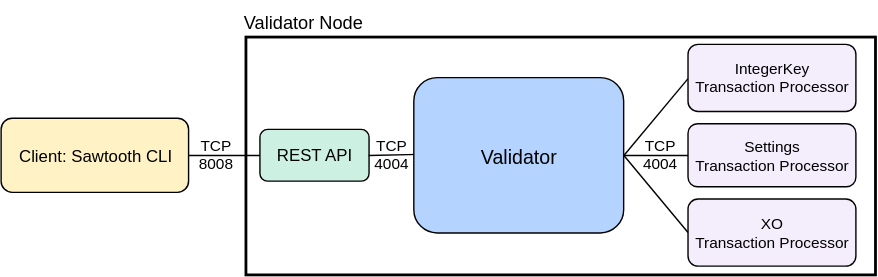
Before: docs/source/images/appdev-environment-one-node-3TPs.svg, a diagram exported from draw.io (hyperledger-archives/sawtooth-core). Source tidied: cells renumbered, new cells last; positions are measured from the earlier drawing's top-left corner, leaving out a move shared by most shapes.
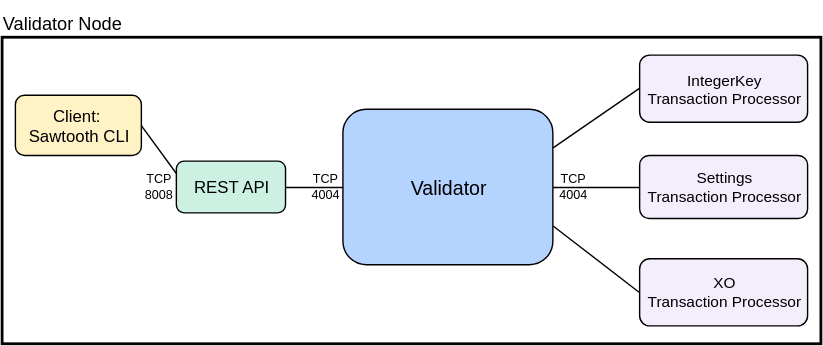
The same file after the commit.

Commit message:
Correct AppDev guide single-node pic for Docker, AWS, & Ubuntu

Change diagram to show that the client (aka Sawtooth commands)
is on the validator node

Also move the TCP port labels towards the component that is listening

Change to the diagram source:
```diff
@@ -3,25 +3,19 @@
     <mxCell id="0" />
     <mxCell id="1" parent="0" />
     <mxCell id="2" style="rounded=0;whiteSpace=wrap;html=1;fillColor=none;fontSize=12;strokeWidth=2;" parent="1" vertex="1">
-      <mxGeometry x="175" y="26" width="450" height="170" as="geometry" />
+      <mxGeometry x="30" y="66" width="585" height="219" as="geometry" />
     </mxCell>
     <mxCell id="3" value="&lt;div style=&quot;text-align: left ; font-size: 13px&quot;&gt;&lt;span&gt;Validator Node&lt;/span&gt;&lt;/div&gt;" style="text;html=1;strokeColor=none;fillColor=none;align=left;verticalAlign=middle;whiteSpace=wrap;rounded=0;fontSize=12;" parent="1" vertex="1">
-      <mxGeometry x="171.9" width="142.3" height="30.7" as="geometry" />
+      <mxGeometry x="29" y="40" width="142.3" height="30.7" as="geometry" />
     </mxCell>
-    <mxCell id="4" value="&lt;font style=&quot;font-size: 12px&quot;&gt;Client:&amp;nbsp;&lt;/font&gt;Sawtooth CLI" style="rounded=1;whiteSpace=wrap;html=1;strokeColor=#000000;strokeWidth=1;fillColor=#FFF2C5;fontSize=12;" parent="1" vertex="1">
-      <mxGeometry y="84" width="134" height="53" as="geometry" />
+    <mxCell id="4" value="&lt;font style=&quot;font-size: 12px&quot;&gt;Client:&amp;nbsp;&lt;br&gt;&lt;/font&gt;Sawtooth CLI" style="rounded=1;whiteSpace=wrap;html=1;strokeColor=#000000;strokeWidth=1;fillColor=#FFF2C5;fontSize=12;" parent="1" vertex="1">
+      <mxGeometry x="39.5" y="107.5" width="90" height="43" as="geometry" />
     </mxCell>
-    <mxCell id="5" style="endArrow=none;html=1;strokeColor=#000000;strokeWidth=1;fontSize=12;entryX=0;entryY=0.5;exitX=1;exitY=0.5;" parent="1" edge="1" source="4" target="6">
+    <mxCell id="5" style="endArrow=none;html=1;strokeColor=#000000;strokeWidth=1;fontSize=12;entryX=0;entryY=0.25;exitX=1;exitY=0.5;" parent="1" edge="1" source="4" target="6">
       <mxGeometry relative="1" as="geometry" />
     </mxCell>
-    <mxCell id="6" value="&lt;font style=&quot;font-size: 12px&quot;&gt;REST API&lt;/font&gt;" style="rounded=1;whiteSpace=wrap;html=1;strokeWidth=1;fillColor=#CCF0E2;fontSize=12;strokeColor=#000000;" parent="1" vertex="1">
-      <mxGeometry x="185" y="92" width="78" height="37" as="geometry" />
-    </mxCell>
-    <mxCell id="7" style="endArrow=none;html=1;strokeColor=#000000;strokeWidth=1;fontSize=12;exitX=1;exitY=0.5;entryX=1;entryY=0.5;" parent="1" edge="1" source="20" target="6">
-      <mxGeometry relative="1" as="geometry" />
-    </mxCell>
     <mxCell id="8" style="group;" parent="1" vertex="1">
-      <mxGeometry x="295" y="55" width="150" height="111" as="geometry" />
+      <mxGeometry x="273.5" y="117.5" width="150" height="111" as="geometry" />
     </mxCell>
     <mxCell id="9" style="rounded=1;whiteSpace=wrap;html=1;strokeWidth=1;fillColor=#B5D3FF;fontSize=12;strokeColor=#000000;" parent="8" vertex="1">
       <mxGeometry width="150" height="111" as="geometry" />
@@ -32,32 +26,38 @@
     <mxCell id="11" style="edgeStyle=orthogonalEdgeStyle;curved=1;jumpSize=3;html=1;exitX=0.25;exitY=0;entryX=0.25;entryY=0;jettySize=auto;orthogonalLoop=1;strokeColor=#000000;strokeWidth=1;fontSize=11;" parent="8" edge="1" source="9" target="9">
       <mxGeometry relative="1" as="geometry" />
     </mxCell>
-    <mxCell id="12" style="endArrow=none;html=1;strokeColor=#000000;strokeWidth=1;fontSize=12;entryX=0;entryY=0.5;exitX=1;exitY=0.5;" parent="1" edge="1" source="9" target="17">
+    <mxCell id="12" style="endArrow=none;html=1;strokeColor=#000000;strokeWidth=1;fontSize=12;entryX=0;entryY=0.5;exitX=1;exitY=0.25;" parent="1" edge="1" source="9" target="17">
       <mxGeometry relative="1" as="geometry" />
     </mxCell>
     <mxCell id="13" style="endArrow=none;html=1;strokeColor=#000000;strokeWidth=1;fontSize=12;entryX=0;entryY=0.5;exitX=1;exitY=0.5;" parent="1" edge="1" source="9" target="18">
       <mxGeometry relative="1" as="geometry" />
     </mxCell>
-    <mxCell id="14" style="endArrow=none;html=1;strokeColor=#000000;strokeWidth=1;fontSize=11;entryX=0;entryY=0.5;exitX=1;exitY=0.5;" parent="1" edge="1" source="9" target="19">
+    <mxCell id="14" style="endArrow=none;html=1;strokeColor=#000000;strokeWidth=1;fontSize=11;entryX=0;entryY=0.5;exitX=1;exitY=0.75;" parent="1" edge="1" source="9" target="19">
       <mxGeometry relative="1" as="geometry" />
     </mxCell>
-    <mxCell id="15" value="TCP 8008" style="text;html=1;strokeColor=none;fillColor=none;align=center;verticalAlign=middle;whiteSpace=wrap;rounded=0;dashed=1;fontSize=11;" parent="1" vertex="1">
-      <mxGeometry x="134" y="100.5" width="40" height="20" as="geometry" />
-    </mxCell>
-    <mxCell id="16" value="TCP&lt;div&gt;4004&lt;/div&gt;" style="text;html=1;strokeColor=none;fillColor=none;align=center;verticalAlign=middle;whiteSpace=wrap;rounded=0;dashed=1;fontSize=11;rotation=0;" parent="1" vertex="1">
-      <mxGeometry x="451" y="100" width="40" height="20" as="geometry" />
+    <mxCell id="16" value="&lt;font style=&quot;font-size: 9px;&quot;&gt;TCP&lt;/font&gt;&lt;div style=&quot;font-size: 9px;&quot;&gt;&lt;font style=&quot;font-size: 9px;&quot;&gt;4004&lt;/font&gt;&lt;/div&gt;" style="text;html=1;strokeColor=none;fillColor=none;align=center;verticalAlign=middle;whiteSpace=wrap;rounded=0;dashed=1;fontSize=9;rotation=0;" parent="1" vertex="1">
+      <mxGeometry x="417.5" y="162" width="40" height="20" as="geometry" />
     </mxCell>
     <mxCell id="17" value="&lt;div style=&quot;font-size: 11px&quot;&gt;&lt;font style=&quot;font-size: 11px&quot;&gt;IntegerKey&lt;/font&gt;&lt;/div&gt;&lt;div style=&quot;font-size: 11px&quot;&gt;&lt;font style=&quot;font-size: 11px&quot;&gt;Transaction&amp;nbsp;&lt;/font&gt;Processor&lt;/div&gt;" style="rounded=1;whiteSpace=wrap;html=1;strokeWidth=1;fillColor=#F4EDFC;fontSize=12;strokeColor=#000000;" parent="1" vertex="1">
-      <mxGeometry x="491" y="31.3" width="120" height="48" as="geometry" />
+      <mxGeometry x="485.5" y="78.8" width="120" height="48" as="geometry" />
     </mxCell>
     <mxCell id="18" value="&lt;div style=&quot;font-size: 11px&quot;&gt;&lt;font style=&quot;font-size: 11px&quot;&gt;Settings&lt;/font&gt;&lt;/div&gt;&lt;div style=&quot;font-size: 11px&quot;&gt;&lt;font style=&quot;font-size: 11px&quot;&gt;Transaction&amp;nbsp;&lt;/font&gt;Processor&lt;/div&gt;" style="rounded=1;whiteSpace=wrap;html=1;strokeWidth=1;fillColor=#F4EDFC;fontSize=12;strokeColor=#000000;" parent="1" vertex="1">
-      <mxGeometry x="491" y="88" width="120" height="45" as="geometry" />
+      <mxGeometry x="485.5" y="150.5" width="120" height="45" as="geometry" />
     </mxCell>
     <mxCell id="19" value="&lt;div style=&quot;font-size: 11px&quot;&gt;&lt;font style=&quot;font-size: 11px&quot;&gt;XO&lt;/font&gt;&lt;/div&gt;&lt;div style=&quot;font-size: 11px&quot;&gt;&lt;font style=&quot;font-size: 11px&quot;&gt;Transaction&amp;nbsp;&lt;/font&gt;Processor&lt;/div&gt;" style="rounded=1;whiteSpace=wrap;html=1;strokeWidth=1;fillColor=#F4EDFC;fontSize=12;strokeColor=#000000;" parent="1" vertex="1">
-      <mxGeometry x="491" y="141.7" width="120" height="48" as="geometry" />
+      <mxGeometry x="485.5" y="224.2" width="120" height="48" as="geometry" />
     </mxCell>
-    <mxCell id="20" value="TCP&lt;div&gt;4004&lt;/div&gt;" style="text;html=1;strokeColor=none;fillColor=none;align=center;verticalAlign=middle;whiteSpace=wrap;rounded=0;dashed=1;fontSize=11;rotation=0;" parent="1" vertex="1">
-      <mxGeometry x="259" y="100" width="40" height="20" as="geometry" />
+    <mxCell id="20" value="&lt;font style=&quot;font-size: 9px;&quot;&gt;TCP&lt;/font&gt;&lt;div style=&quot;font-size: 9px;&quot;&gt;&lt;font style=&quot;font-size: 9px;&quot;&gt;4004&lt;/font&gt;&lt;/div&gt;" style="text;html=1;strokeColor=none;fillColor=none;align=center;verticalAlign=middle;whiteSpace=wrap;rounded=0;dashed=1;fontSize=9;rotation=0;" parent="1" vertex="1">
+      <mxGeometry x="240.5" y="162" width="40" height="20" as="geometry" />
     </mxCell>
+    <mxCell id="15" value="&lt;font style=&quot;font-size: 9px&quot;&gt;TCP&lt;/font&gt;&lt;div style=&quot;font-size: 9px&quot;&gt;&lt;font style=&quot;font-size: 9px&quot;&gt;8008&lt;/font&gt;&lt;/div&gt;" style="text;html=1;strokeColor=none;fillColor=none;align=center;verticalAlign=middle;whiteSpace=wrap;rounded=0;dashed=1;fontSize=9;rotation=0;" parent="1" vertex="1">
+      <mxGeometry x="121.5" y="162" width="40" height="20" as="geometry" />
+    </mxCell>
+    <mxCell id="21" style="endArrow=none;html=1;fontSize=9;fontColor=#4D4D4D;entryX=0;entryY=0.5;exitX=1;exitY=0.5;" parent="1" edge="1" source="6" target="9">
+      <mxGeometry relative="1" as="geometry" />
+    </mxCell>
+    <mxCell id="6" value="&lt;font style=&quot;font-size: 12px&quot;&gt;REST API&lt;/font&gt;" style="rounded=1;whiteSpace=wrap;html=1;strokeWidth=1;fillColor=#CCF0E2;fontSize=12;strokeColor=#000000;" parent="1" vertex="1">
+      <mxGeometry x="154.5" y="154.5" width="78" height="37" as="geometry" />
+    </mxCell>
   </root>
 </mxGraphModel>
```
